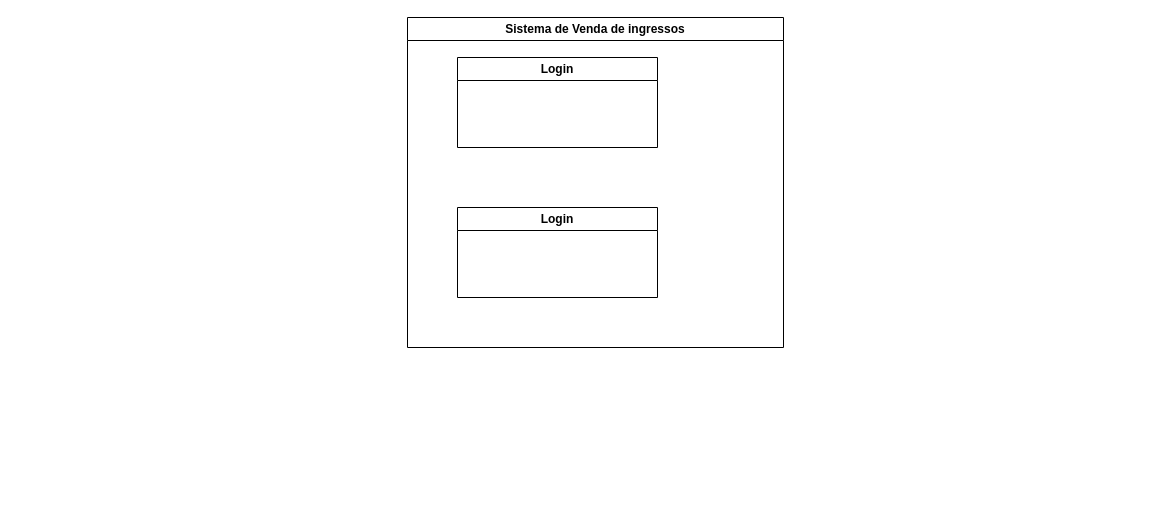
Above: Arquitetura_RockEmRio.drawio in BrunaoW/ArquiteturaRockEmRio (draw.io), before the change. Source tidied: cells renumbered, new cells numbered last; positions are measured from the earlier drawing's top-left corner, leaving out a move shared by most shapes. Both pictures are drawn from the tidied source at 100%, with x=0, y=0 at pixel (407, 17).
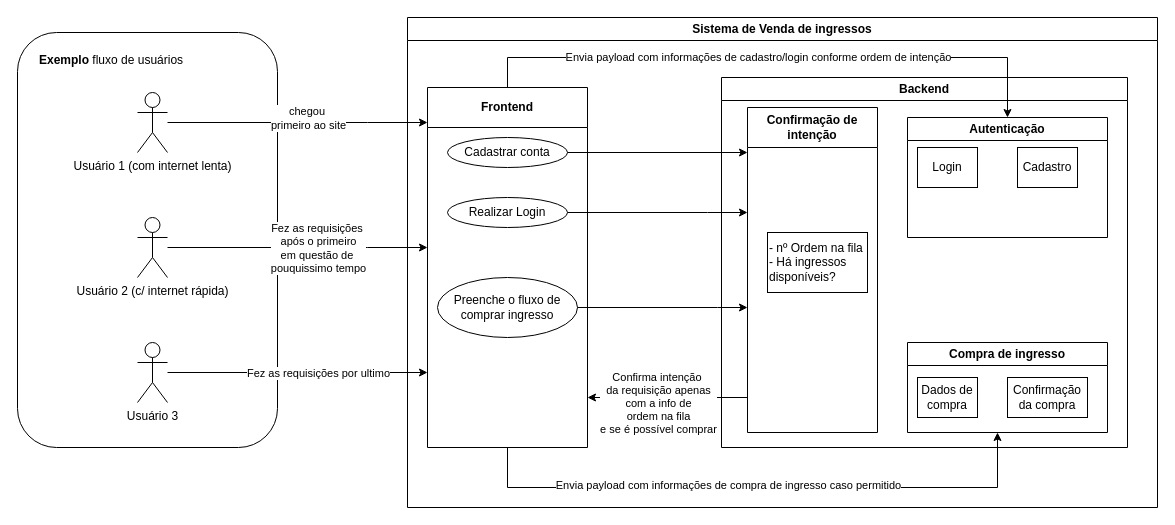
Above is the later version.

The edit, as a diff of the source:
```diff
@@
+    <mxCell id="5" style="rounded=1;whiteSpace=wrap;html=1;align=left;" parent="1" vertex="1">
+      <mxGeometry x="-390" y="15" width="260" height="415" as="geometry" />
+    </mxCell>
     <mxCell id="2" value="Sistema de Venda de ingressos" style="swimlane;whiteSpace=wrap;html=1;" parent="1" vertex="1">
-      <mxGeometry width="376" height="330" as="geometry" />
+      <mxGeometry width="750" height="490" as="geometry" />
     </mxCell>
+    <mxCell id="6" value="Backend" style="swimlane;whiteSpace=wrap;html=1;" parent="2" vertex="1">
+      <mxGeometry x="314" y="60" width="406" height="370" as="geometry" />
+    </mxCell>
-    <mxCell id="3" value="Login" style="swimlane;whiteSpace=wrap;html=1;" parent="2" vertex="1">
-      <mxGeometry x="50" y="40" width="200" height="90" as="geometry" />
+    <mxCell id="3" value="Autenticação" style="swimlane;whiteSpace=wrap;html=1;" parent="6" vertex="1">
+      <mxGeometry x="186" y="40" width="200" height="120" as="geometry" />
     </mxCell>
+    <mxCell id="7" value="&lt;div align=&quot;center&quot;&gt;Login&lt;/div&gt;" style="rounded=0;whiteSpace=wrap;html=1;align=center;" parent="3" vertex="1">
+      <mxGeometry x="10" y="30" width="60" height="40" as="geometry" />
+    </mxCell>
+    <mxCell id="8" value="&lt;div align=&quot;center&quot;&gt;Cadastro&lt;/div&gt;" style="rounded=0;whiteSpace=wrap;html=1;align=center;" parent="3" vertex="1">
+      <mxGeometry x="110" y="30" width="60" height="40" as="geometry" />
+    </mxCell>
-    <mxCell id="4" value="Login" style="swimlane;whiteSpace=wrap;html=1;" parent="2" vertex="1">
-      <mxGeometry x="50" y="190" width="200" height="90" as="geometry" />
+    <mxCell id="4" value="Compra de ingresso" style="swimlane;whiteSpace=wrap;html=1;" parent="6" vertex="1">
+      <mxGeometry x="186" y="265" width="200" height="90" as="geometry" />
     </mxCell>
+    <mxCell id="9" value="Dados de compra" style="rounded=0;whiteSpace=wrap;html=1;align=center;" parent="4" vertex="1">
+      <mxGeometry x="10" y="35" width="60" height="40" as="geometry" />
+    </mxCell>
+    <mxCell id="10" value="Confirmação da compra" style="rounded=0;whiteSpace=wrap;html=1;align=center;" parent="4" vertex="1">
+      <mxGeometry x="100" y="35" width="80" height="40" as="geometry" />
+    </mxCell>
+    <mxCell id="11" style="edgeStyle=orthogonalEdgeStyle;rounded=0;jettySize=auto;html=1;" parent="2" edge="1" source="13" target="17">
+      <mxGeometry relative="1" as="geometry">
+        <Array as="points">
+          <mxPoint x="220" y="380" />
+          <mxPoint x="220" y="380" />
+        </Array>
+      </mxGeometry>
+    </mxCell>
+    <mxCell id="12" value="&lt;div&gt;Confirma intenção&amp;nbsp;&lt;/div&gt;&lt;div&gt;da requisição apenas&lt;/div&gt;&lt;div&gt;com a info de&lt;br&gt;&lt;/div&gt;&lt;div&gt;ordem na fila&lt;/div&gt;&lt;div&gt;e se é possível comprar&lt;br&gt;&lt;/div&gt;" style="edgeLabel;html=1;align=center;verticalAlign=middle;" parent="11" vertex="1">
+      <mxGeometry x="-0.28" relative="1" as="geometry">
+        <mxPoint x="-32" y="5" as="offset" />
+      </mxGeometry>
+    </mxCell>
+    <mxCell id="13" value="Confirmação de intenção" style="swimlane;whiteSpace=wrap;html=1;startSize=40;" parent="2" vertex="1">
+      <mxGeometry x="340" y="90" width="130" height="325" as="geometry" />
+    </mxCell>
+    <mxCell id="14" value="&lt;div align=&quot;left&quot;&gt;- nº Ordem na fila&lt;/div&gt;&lt;div align=&quot;left&quot;&gt;- Há ingressos disponíveis?&lt;br&gt;&lt;/div&gt;" style="rounded=0;whiteSpace=wrap;html=1;align=left;" parent="13" vertex="1">
+      <mxGeometry x="20" y="125" width="100" height="60" as="geometry" />
+    </mxCell>
+    <mxCell id="15" style="edgeStyle=orthogonalEdgeStyle;rounded=0;jettySize=auto;html=1;" parent="2" edge="1" source="17" target="4">
+      <mxGeometry relative="1" as="geometry">
+        <Array as="points">
+          <mxPoint x="100" y="470" />
+          <mxPoint x="590" y="470" />
+        </Array>
+      </mxGeometry>
+    </mxCell>
+    <mxCell id="16" value="Envia payload com informações de compra de ingresso caso permitido" style="edgeLabel;html=1;align=center;verticalAlign=middle;" parent="15" vertex="1">
+      <mxGeometry x="-0.11" y="3" relative="1" as="geometry" />
+    </mxCell>
+    <mxCell id="17" value="Frontend" style="swimlane;whiteSpace=wrap;html=1;startSize=40;" parent="2" vertex="1">
+      <mxGeometry x="20" y="70" width="160" height="360" as="geometry" />
+    </mxCell>
+    <mxCell id="18" value="Cadastrar conta" style="ellipse;whiteSpace=wrap;html=1;" parent="17" vertex="1">
+      <mxGeometry x="20" y="50" width="120" height="30" as="geometry" />
+    </mxCell>
+    <mxCell id="19" value="Realizar Login" style="ellipse;whiteSpace=wrap;html=1;" parent="17" vertex="1">
+      <mxGeometry x="20" y="110" width="120" height="30" as="geometry" />
+    </mxCell>
+    <mxCell id="20" value="Preenche o fluxo de comprar ingresso" style="ellipse;whiteSpace=wrap;html=1;" parent="17" vertex="1">
+      <mxGeometry x="10" y="190" width="140" height="60" as="geometry" />
+    </mxCell>
+    <mxCell id="21" style="edgeStyle=orthogonalEdgeStyle;rounded=0;jettySize=auto;html=1;entryX=0.5;entryY=0;entryDx=0;entryDy=0;" parent="2" edge="1" source="17" target="3">
+      <mxGeometry relative="1" as="geometry">
+        <Array as="points">
+          <mxPoint x="100" y="40" />
+          <mxPoint x="600" y="40" />
+        </Array>
+      </mxGeometry>
+    </mxCell>
+    <mxCell id="22" value="Envia payload com informações de cadastro/login conforme ordem de intenção" style="edgeLabel;html=1;align=center;verticalAlign=middle;" parent="21" vertex="1">
+      <mxGeometry x="-0.05" y="1" relative="1" as="geometry" />
+    </mxCell>
+    <mxCell id="23" style="edgeStyle=orthogonalEdgeStyle;rounded=0;jettySize=auto;html=1;" parent="2" edge="1" source="18">
+      <mxGeometry relative="1" as="geometry">
+        <mxPoint x="340" y="135" as="targetPoint" />
+        <Array as="points">
+          <mxPoint x="340" y="135" />
+        </Array>
+      </mxGeometry>
+    </mxCell>
+    <mxCell id="24" style="edgeStyle=orthogonalEdgeStyle;rounded=0;jettySize=auto;html=1;" parent="2" edge="1" source="19" target="13">
+      <mxGeometry relative="1" as="geometry">
+        <Array as="points">
+          <mxPoint x="300" y="195" />
+          <mxPoint x="300" y="195" />
+        </Array>
+      </mxGeometry>
+    </mxCell>
+    <mxCell id="25" style="edgeStyle=orthogonalEdgeStyle;rounded=0;jettySize=auto;html=1;" parent="2" edge="1" source="20" target="13">
+      <mxGeometry relative="1" as="geometry">
+        <Array as="points">
+          <mxPoint x="310" y="290" />
+          <mxPoint x="310" y="290" />
+        </Array>
+      </mxGeometry>
+    </mxCell>
+    <mxCell id="26" style="edgeStyle=orthogonalEdgeStyle;rounded=0;jettySize=auto;html=1;" parent="1" edge="1" source="28" target="17">
+      <mxGeometry relative="1" as="geometry">
+        <Array as="points">
+          <mxPoint x="-40" y="105" />
+          <mxPoint x="-40" y="105" />
+        </Array>
+      </mxGeometry>
+    </mxCell>
+    <mxCell id="27" value="&lt;div&gt;chegou&amp;nbsp;&lt;/div&gt;&lt;div&gt;primeiro ao site&lt;/div&gt;" style="edgeLabel;html=1;align=center;verticalAlign=middle;" parent="26" vertex="1">
+      <mxGeometry x="0.26" y="-2" relative="1" as="geometry">
+        <mxPoint x="-24" y="-7" as="offset" />
+      </mxGeometry>
+    </mxCell>
+    <mxCell id="28" value="&lt;div&gt;Usuário 1 (com internet lenta)&lt;br&gt;&lt;/div&gt;" style="shape=umlActor;verticalLabelPosition=bottom;verticalAlign=top;html=1;outlineConnect=0;" parent="1" vertex="1">
+      <mxGeometry x="-270" y="75" width="30" height="60" as="geometry" />
+    </mxCell>
+    <mxCell id="29" style="edgeStyle=orthogonalEdgeStyle;rounded=0;jettySize=auto;html=1;" parent="1" edge="1" source="31" target="17">
+      <mxGeometry relative="1" as="geometry">
+        <Array as="points">
+          <mxPoint x="-40" y="230" />
+          <mxPoint x="-40" y="230" />
+        </Array>
+      </mxGeometry>
+    </mxCell>
+    <mxCell id="30" value="&lt;div&gt;Fez as requisições&amp;nbsp;&lt;/div&gt;&lt;div&gt;após o primeiro&lt;/div&gt;&lt;div&gt;em questão de&amp;nbsp;&lt;/div&gt;&lt;div&gt;pouquissimo tempo&lt;br&gt;&lt;/div&gt;" style="edgeLabel;html=1;align=center;verticalAlign=middle;" parent="29" vertex="1">
+      <mxGeometry x="0.32" y="-2" relative="1" as="geometry">
+        <mxPoint x="-22" y="-2" as="offset" />
+      </mxGeometry>
+    </mxCell>
+    <mxCell id="31" value="&lt;div&gt;Usuário 2 (c/ internet rápida)&lt;/div&gt;" style="shape=umlActor;verticalLabelPosition=bottom;verticalAlign=top;html=1;outlineConnect=0;" parent="1" vertex="1">
+      <mxGeometry x="-270" y="200" width="30" height="60" as="geometry" />
+    </mxCell>
+    <mxCell id="32" style="edgeStyle=orthogonalEdgeStyle;rounded=0;jettySize=auto;html=1;" parent="1" edge="1" source="34" target="17">
+      <mxGeometry relative="1" as="geometry">
+        <Array as="points">
+          <mxPoint x="-60" y="355" />
+          <mxPoint x="-60" y="355" />
+        </Array>
+      </mxGeometry>
+    </mxCell>
+    <mxCell id="33" value="Fez as requisições por ultimo" style="edgeLabel;html=1;align=center;verticalAlign=middle;" parent="32" vertex="1">
+      <mxGeometry x="0.15" relative="1" as="geometry" />
+    </mxCell>
+    <mxCell id="34" value="Usuário 3" style="shape=umlActor;verticalLabelPosition=bottom;verticalAlign=top;html=1;outlineConnect=0;" parent="1" vertex="1">
+      <mxGeometry x="-270" y="325" width="30" height="60" as="geometry" />
+    </mxCell>
+    <mxCell id="35" value="&lt;div align=&quot;left&quot; style=&quot;line-height: 100%;&quot;&gt;&lt;b&gt;Exemplo&lt;/b&gt; fluxo de usuários&lt;br&gt;&lt;/div&gt;" style="text;whiteSpace=wrap;html=1;" parent="1" vertex="1">
+      <mxGeometry x="-370" y="30" width="180" height="40" as="geometry" />
+    </mxCell>
```
